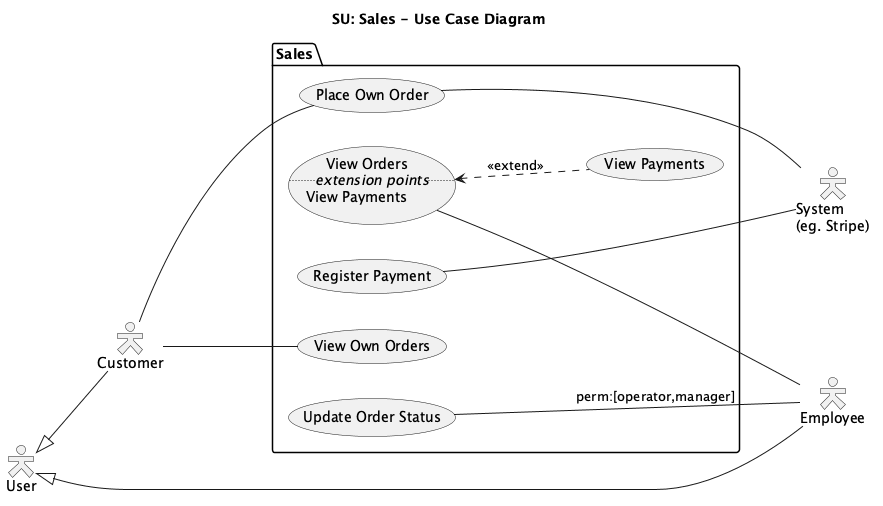
This is docs/diagrams/exports/use-case-sales.png from draganovik/matterway, a PlantUML export, as it was before one commit.
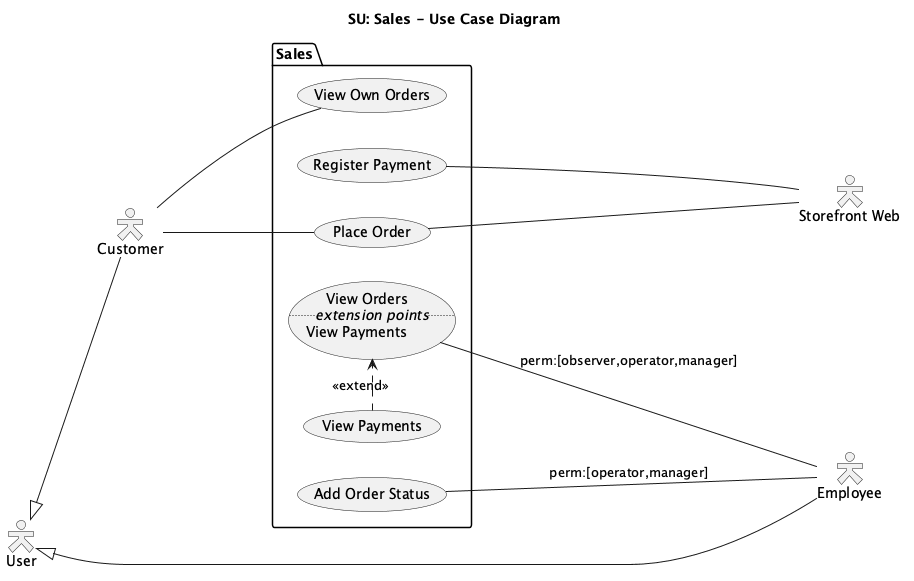
After the commit.

Commit message:
Refine use-case diagrams and regenerate exports

What changed in the source:
```diff
@@ -11,29 +11,29 @@
 user <|-- csmr
 user <|-- empl
 
-actor systm as "System\n(eg. Stripe)"
+actor systm as "Storefront Web"
 
 package "Sales" {
-  usecase placeOwnOrder as "Place Own Order"
   usecase viewOwnOrders as "View Own Orders"
 
   usecase viewOrders as "View Orders
                          ..<i>extension points</i>..
                          View Payments"
   usecase viewPayments as "View Payments"
-  usecase updateOrderStatus as "Update Order Status"
+  usecase updateOrderStatus as "Add Order Status"
 
   usecase registerPayment as "Register Payment"
+  usecase placeOrder as "Place Order"
 
-  viewPayments .up.> viewOrders : <<extend>>
+  viewPayments .r.> viewOrders : <<extend>>
 }
 
-csmr --- placeOwnOrder
+csmr --- placeOrder
 csmr --- viewOwnOrders
 
 updateOrderStatus --- empl : perm:[operator,manager]
-viewOrders --- empl
-placeOwnOrder --- systm
+viewOrders --- empl : perm:[observer,operator,manager]
+placeOrder --- systm
 
 registerPayment --- systm
 @enduml
```
